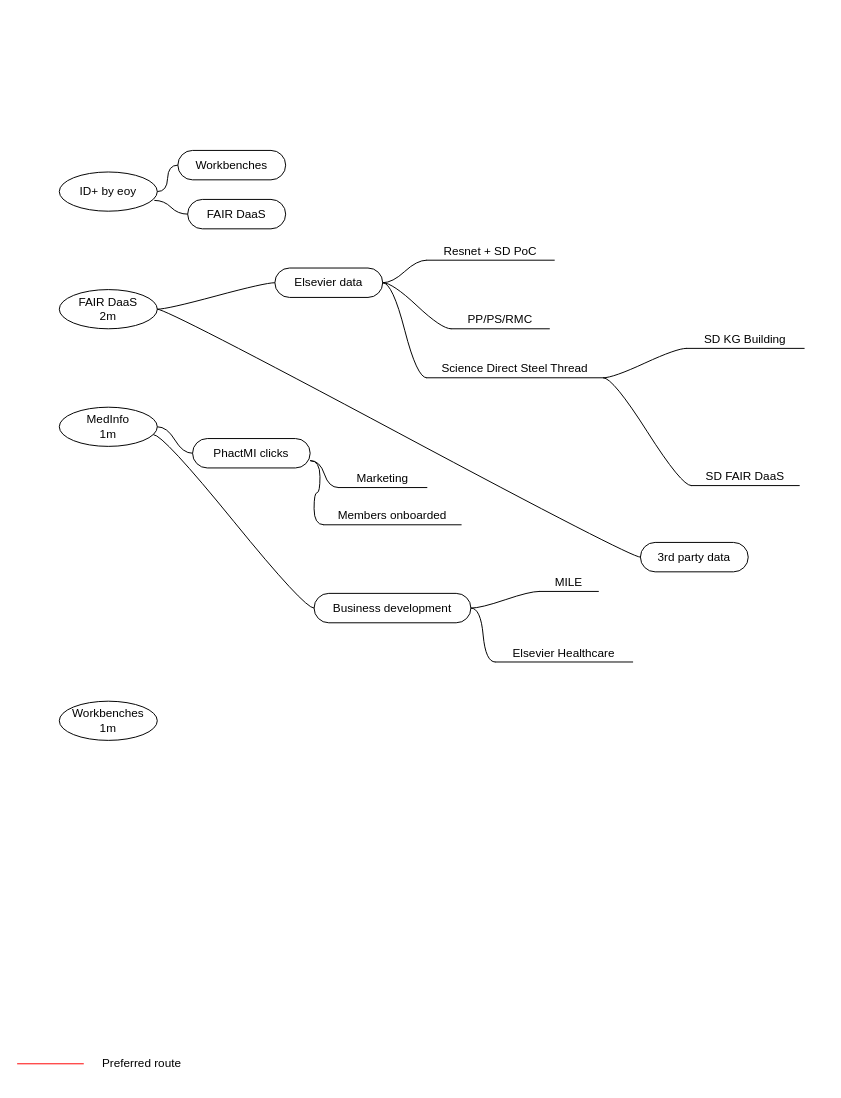
Earlier version of the draw.io diagram OKR.drawio (tim-elsevier/demos). Source tidied: cells renumbered, new cells numbered last; positions are measured from the earlier drawing's top-left corner, leaving out a move shared by most shapes. Both pictures are drawn from the tidied source at 98%, with x=0, y=0 at pixel (17, 150).
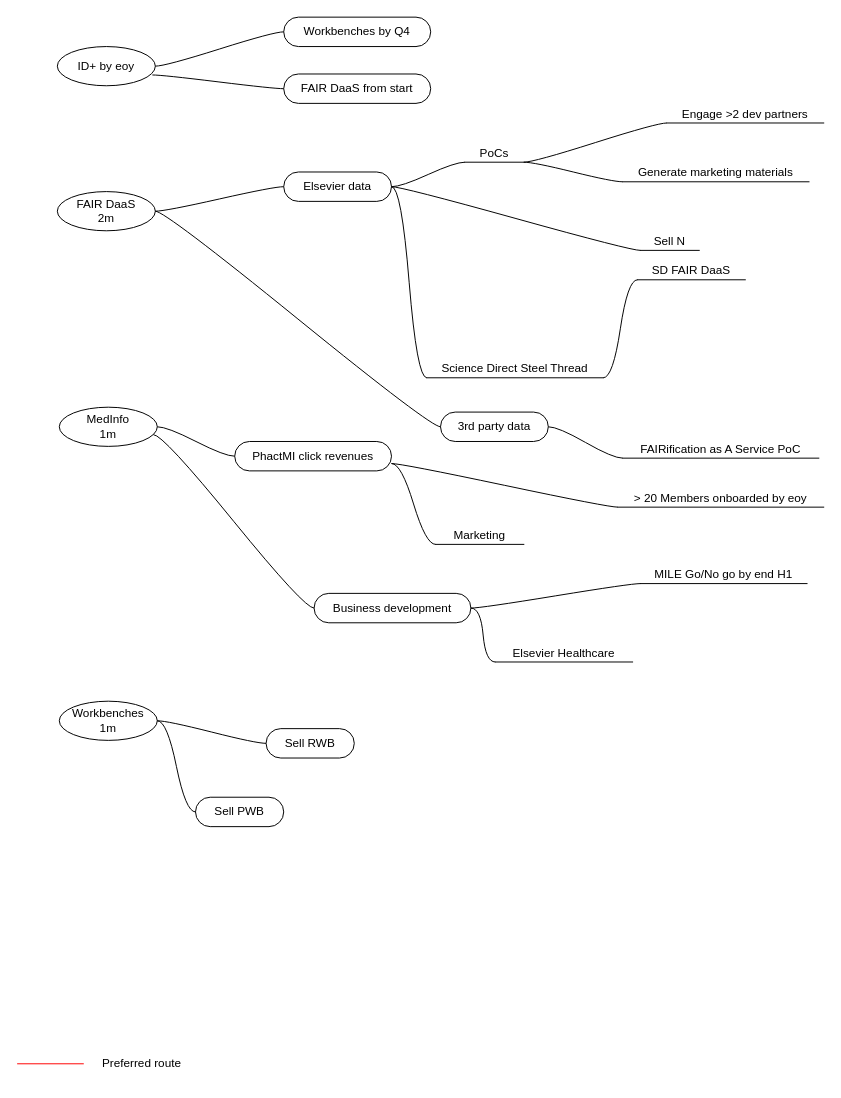
Above is the later version.

The change refers to these unchanged cells:
```xml
<mxCell id="7" value="Workbenches&lt;br&gt;1m" style="ellipse;whiteSpace=wrap;html=1;align=center;newEdgeStyle={&quot;edgeStyle&quot;:&quot;entityRelationEdgeStyle&quot;,&quot;startArrow&quot;:&quot;none&quot;,&quot;endArrow&quot;:&quot;none&quot;,&quot;segment&quot;:10,&quot;curved&quot;:1};" parent="1" vertex="1">
  <mxGeometry x="43" y="562" width="100" height="40" as="geometry" />
</mxCell>
<mxCell id="19" value="Science Direct Steel Thread" style="whiteSpace=wrap;html=1;shape=partialRectangle;top=0;left=0;bottom=1;right=0;points=[[0,1],[1,1]];fillColor=none;align=center;verticalAlign=bottom;routingCenterY=0.5;snapToPoint=1;newEdgeStyle={&quot;edgeStyle&quot;:&quot;entityRelationEdgeStyle&quot;,&quot;startArrow&quot;:&quot;none&quot;,&quot;endArrow&quot;:&quot;none&quot;,&quot;segment&quot;:10,&quot;curved&quot;:1};" parent="1" vertex="1">
  <mxGeometry x="418" y="212" width="180" height="20" as="geometry" />
</mxCell>
```

What changed in the source:
```diff
@@
     <mxCell id="4" value="ID+ by eoy" style="ellipse;whiteSpace=wrap;html=1;align=center;newEdgeStyle={&quot;edgeStyle&quot;:&quot;entityRelationEdgeStyle&quot;,&quot;startArrow&quot;:&quot;none&quot;,&quot;endArrow&quot;:&quot;none&quot;,&quot;segment&quot;:10,&quot;curved&quot;:1};" parent="1" vertex="1">
-      <mxGeometry x="43" y="22" width="100" height="40" as="geometry" />
+      <mxGeometry x="41" y="-106" width="100" height="40" as="geometry" />
     </mxCell>
     <mxCell id="5" value="FAIR DaaS&lt;br&gt;2m" style="ellipse;whiteSpace=wrap;html=1;align=center;newEdgeStyle={&quot;edgeStyle&quot;:&quot;entityRelationEdgeStyle&quot;,&quot;startArrow&quot;:&quot;none&quot;,&quot;endArrow&quot;:&quot;none&quot;,&quot;segment&quot;:10,&quot;curved&quot;:1};" parent="1" vertex="1">
-      <mxGeometry x="43" y="142" width="100" height="40" as="geometry" />
+      <mxGeometry x="41" y="42" width="100" height="40" as="geometry" />
     </mxCell>
@@
-    <mxCell id="9" value="Workbenches" style="whiteSpace=wrap;html=1;rounded=1;arcSize=50;align=center;verticalAlign=middle;strokeWidth=1;spacing=4;newEdgeStyle={&quot;edgeStyle&quot;:&quot;entityRelationEdgeStyle&quot;,&quot;startArrow&quot;:&quot;none&quot;,&quot;endArrow&quot;:&quot;none&quot;,&quot;segment&quot;:10,&quot;curved&quot;:1};" parent="1" vertex="1">
-      <mxGeometry x="164" width="110" height="30" as="geometry" />
+    <mxCell id="9" value="Workbenches by Q4" style="whiteSpace=wrap;html=1;rounded=1;arcSize=50;align=center;verticalAlign=middle;strokeWidth=1;spacing=4;newEdgeStyle={&quot;edgeStyle&quot;:&quot;entityRelationEdgeStyle&quot;,&quot;startArrow&quot;:&quot;none&quot;,&quot;endArrow&quot;:&quot;none&quot;,&quot;segment&quot;:10,&quot;curved&quot;:1};" parent="1" vertex="1">
+      <mxGeometry x="272" y="-136" width="150" height="30" as="geometry" />
     </mxCell>
     <mxCell id="10" style="edgeStyle=entityRelationEdgeStyle;startArrow=none;endArrow=none;segment=10;curved=1;" parent="1" edge="1" target="9">
       <mxGeometry relative="1" as="geometry">
-        <mxPoint x="143" y="42" as="sourcePoint" />
+        <mxPoint x="141" y="-86" as="sourcePoint" />
       </mxGeometry>
     </mxCell>
-    <mxCell id="11" value="FAIR DaaS" style="whiteSpace=wrap;html=1;rounded=1;arcSize=50;align=center;verticalAlign=middle;strokeWidth=1;spacing=4;newEdgeStyle={&quot;edgeStyle&quot;:&quot;entityRelationEdgeStyle&quot;,&quot;startArrow&quot;:&quot;none&quot;,&quot;endArrow&quot;:&quot;none&quot;,&quot;segment&quot;:10,&quot;curved&quot;:1};" parent="1" vertex="1">
-      <mxGeometry x="174" y="50" width="100" height="30" as="geometry" />
+    <mxCell id="11" value="FAIR DaaS from start" style="whiteSpace=wrap;html=1;rounded=1;arcSize=50;align=center;verticalAlign=middle;strokeWidth=1;spacing=4;newEdgeStyle={&quot;edgeStyle&quot;:&quot;entityRelationEdgeStyle&quot;,&quot;startArrow&quot;:&quot;none&quot;,&quot;endArrow&quot;:&quot;none&quot;,&quot;segment&quot;:10,&quot;curved&quot;:1};" parent="1" vertex="1">
+      <mxGeometry x="272" y="-78" width="150" height="30" as="geometry" />
     </mxCell>
@@
     <mxCell id="13" value="Elsevier data" style="whiteSpace=wrap;html=1;rounded=1;arcSize=50;align=center;verticalAlign=middle;strokeWidth=1;spacing=4;newEdgeStyle={&quot;edgeStyle&quot;:&quot;entityRelationEdgeStyle&quot;,&quot;startArrow&quot;:&quot;none&quot;,&quot;endArrow&quot;:&quot;none&quot;,&quot;segment&quot;:10,&quot;curved&quot;:1};" parent="1" vertex="1">
-      <mxGeometry x="263" y="120" width="110" height="30" as="geometry" />
+      <mxGeometry x="272" y="22" width="110" height="30" as="geometry" />
     </mxCell>
-    <mxCell id="14" style="edgeStyle=entityRelationEdgeStyle;startArrow=none;endArrow=none;segment=10;curved=1;entryX=0;entryY=0.5;entryDx=0;entryDy=0;" parent="1" edge="1" target="13">
-      <mxGeometry relative="1" as="geometry">
-        <mxPoint x="143" y="162" as="sourcePoint" />
-      </mxGeometry>
+    <mxCell id="14" style="edgeStyle=entityRelationEdgeStyle;startArrow=none;endArrow=none;segment=10;curved=1;entryX=0;entryY=0.5;entryDx=0;entryDy=0;exitX=1;exitY=0.5;exitDx=0;exitDy=0;" parent="1" edge="1" source="5" target="13">
+      <mxGeometry relative="1" as="geometry" />
     </mxCell>
-    <mxCell id="15" value="Resnet + SD PoC" style="whiteSpace=wrap;html=1;shape=partialRectangle;top=0;left=0;bottom=1;right=0;points=[[0,1],[1,1]];fillColor=none;align=center;verticalAlign=bottom;routingCenterY=0.5;snapToPoint=1;newEdgeStyle={&quot;edgeStyle&quot;:&quot;entityRelationEdgeStyle&quot;,&quot;startArrow&quot;:&quot;none&quot;,&quot;endArrow&quot;:&quot;none&quot;,&quot;segment&quot;:10,&quot;curved&quot;:1};" parent="1" vertex="1">
-      <mxGeometry x="418" y="92" width="130" height="20" as="geometry" />
+    <mxCell id="15" value="PoCs" style="whiteSpace=wrap;html=1;shape=partialRectangle;top=0;left=0;bottom=1;right=0;points=[[0,1],[1,1]];fillColor=none;align=center;verticalAlign=bottom;routingCenterY=0.5;snapToPoint=1;newEdgeStyle={&quot;edgeStyle&quot;:&quot;entityRelationEdgeStyle&quot;,&quot;startArrow&quot;:&quot;none&quot;,&quot;endArrow&quot;:&quot;none&quot;,&quot;segment&quot;:10,&quot;curved&quot;:1};" parent="1" vertex="1">
+      <mxGeometry x="457" y="-8" width="60" height="20" as="geometry" />
     </mxCell>
@@
-    <mxCell id="17" value="PP/PS/RMC" style="whiteSpace=wrap;html=1;shape=partialRectangle;top=0;left=0;bottom=1;right=0;points=[[0,1],[1,1]];fillColor=none;align=center;verticalAlign=bottom;routingCenterY=0.5;snapToPoint=1;newEdgeStyle={&quot;edgeStyle&quot;:&quot;entityRelationEdgeStyle&quot;,&quot;startArrow&quot;:&quot;none&quot;,&quot;endArrow&quot;:&quot;none&quot;,&quot;segment&quot;:10,&quot;curved&quot;:1};" parent="1" vertex="1">
-      <mxGeometry x="443" y="162" width="100" height="20" as="geometry" />
+    <mxCell id="17" value="Sell N" style="whiteSpace=wrap;html=1;shape=partialRectangle;top=0;left=0;bottom=1;right=0;points=[[0,1],[1,1]];fillColor=none;align=center;verticalAlign=bottom;routingCenterY=0.5;snapToPoint=1;newEdgeStyle={&quot;edgeStyle&quot;:&quot;entityRelationEdgeStyle&quot;,&quot;startArrow&quot;:&quot;none&quot;,&quot;endArrow&quot;:&quot;none&quot;,&quot;segment&quot;:10,&quot;curved&quot;:1};" parent="1" vertex="1">
+      <mxGeometry x="636" y="82" width="60" height="20" as="geometry" />
     </mxCell>
@@
     <mxCell id="21" value="SD FAIR DaaS" style="whiteSpace=wrap;html=1;shape=partialRectangle;top=0;left=0;bottom=1;right=0;points=[[0,1],[1,1]];fillColor=none;align=center;verticalAlign=bottom;routingCenterY=0.5;snapToPoint=1;newEdgeStyle={&quot;edgeStyle&quot;:&quot;entityRelationEdgeStyle&quot;,&quot;startArrow&quot;:&quot;none&quot;,&quot;endArrow&quot;:&quot;none&quot;,&quot;segment&quot;:10,&quot;curved&quot;:1};" parent="1" vertex="1">
-      <mxGeometry x="688" y="322" width="110" height="20" as="geometry" />
+      <mxGeometry x="633" y="112" width="110" height="20" as="geometry" />
     </mxCell>
@@
-    <mxCell id="23" value="SD KG Building" style="whiteSpace=wrap;html=1;shape=partialRectangle;top=0;left=0;bottom=1;right=0;points=[[0,1],[1,1]];fillColor=none;align=center;verticalAlign=bottom;routingCenterY=0.5;snapToPoint=1;newEdgeStyle={&quot;edgeStyle&quot;:&quot;entityRelationEdgeStyle&quot;,&quot;startArrow&quot;:&quot;none&quot;,&quot;endArrow&quot;:&quot;none&quot;,&quot;segment&quot;:10,&quot;curved&quot;:1};" parent="1" vertex="1">
-      <mxGeometry x="683" y="182" width="120" height="20" as="geometry" />
-    </mxCell>
-    <mxCell id="24" style="edgeStyle=entityRelationEdgeStyle;startArrow=none;endArrow=none;segment=10;curved=1;exitX=1;exitY=1;exitDx=0;exitDy=0;" parent="1" edge="1" source="19" target="23">
-      <mxGeometry relative="1" as="geometry" />
-    </mxCell>
     <mxCell id="25" value="3rd party data" style="whiteSpace=wrap;html=1;rounded=1;arcSize=50;align=center;verticalAlign=middle;strokeWidth=1;spacing=4;newEdgeStyle={&quot;edgeStyle&quot;:&quot;entityRelationEdgeStyle&quot;,&quot;startArrow&quot;:&quot;none&quot;,&quot;endArrow&quot;:&quot;none&quot;,&quot;segment&quot;:10,&quot;curved&quot;:1};" parent="1" vertex="1">
-      <mxGeometry x="636" y="400" width="110" height="30" as="geometry" />
+      <mxGeometry x="432" y="267" width="110" height="30" as="geometry" />
     </mxCell>
@@
-    <mxCell id="27" value="PhactMI clicks" style="whiteSpace=wrap;html=1;rounded=1;arcSize=50;align=center;verticalAlign=middle;strokeWidth=1;spacing=4;newEdgeStyle={&quot;edgeStyle&quot;:&quot;entityRelationEdgeStyle&quot;,&quot;startArrow&quot;:&quot;none&quot;,&quot;endArrow&quot;:&quot;none&quot;,&quot;segment&quot;:10,&quot;curved&quot;:1};" parent="1" vertex="1">
-      <mxGeometry x="179" y="294" width="120" height="30" as="geometry" />
+    <mxCell id="27" value="PhactMI click revenues" style="whiteSpace=wrap;html=1;rounded=1;arcSize=50;align=center;verticalAlign=middle;strokeWidth=1;spacing=4;newEdgeStyle={&quot;edgeStyle&quot;:&quot;entityRelationEdgeStyle&quot;,&quot;startArrow&quot;:&quot;none&quot;,&quot;endArrow&quot;:&quot;none&quot;,&quot;segment&quot;:10,&quot;curved&quot;:1};" parent="1" vertex="1">
+      <mxGeometry x="222" y="297" width="160" height="30" as="geometry" />
     </mxCell>
@@
-    <mxCell id="31" value="Members onboarded" style="whiteSpace=wrap;html=1;shape=partialRectangle;top=0;left=0;bottom=1;right=0;points=[[0,1],[1,1]];fillColor=none;align=center;verticalAlign=bottom;routingCenterY=0.5;snapToPoint=1;newEdgeStyle={&quot;edgeStyle&quot;:&quot;entityRelationEdgeStyle&quot;,&quot;startArrow&quot;:&quot;none&quot;,&quot;endArrow&quot;:&quot;none&quot;,&quot;segment&quot;:10,&quot;curved&quot;:1};" parent="1" vertex="1">
-      <mxGeometry x="313" y="362" width="140" height="20" as="geometry" />
+    <mxCell id="31" value="&amp;gt; 20 Members onboarded by eoy" style="whiteSpace=wrap;html=1;shape=partialRectangle;top=0;left=0;bottom=1;right=0;points=[[0,1],[1,1]];fillColor=none;align=center;verticalAlign=bottom;routingCenterY=0.5;snapToPoint=1;newEdgeStyle={&quot;edgeStyle&quot;:&quot;entityRelationEdgeStyle&quot;,&quot;startArrow&quot;:&quot;none&quot;,&quot;endArrow&quot;:&quot;none&quot;,&quot;segment&quot;:10,&quot;curved&quot;:1};" parent="1" vertex="1">
+      <mxGeometry x="613" y="344" width="210" height="20" as="geometry" />
     </mxCell>
@@
     <mxCell id="33" value="Marketing" style="whiteSpace=wrap;html=1;shape=partialRectangle;top=0;left=0;bottom=1;right=0;points=[[0,1],[1,1]];fillColor=none;align=center;verticalAlign=bottom;routingCenterY=0.5;snapToPoint=1;newEdgeStyle={&quot;edgeStyle&quot;:&quot;entityRelationEdgeStyle&quot;,&quot;startArrow&quot;:&quot;none&quot;,&quot;endArrow&quot;:&quot;none&quot;,&quot;segment&quot;:10,&quot;curved&quot;:1};" parent="1" vertex="1">
-      <mxGeometry x="328" y="324" width="90" height="20" as="geometry" />
+      <mxGeometry x="427" y="382" width="90" height="20" as="geometry" />
     </mxCell>
@@
-    <mxCell id="37" value="MILE" style="whiteSpace=wrap;html=1;shape=partialRectangle;top=0;left=0;bottom=1;right=0;points=[[0,1],[1,1]];fillColor=none;align=center;verticalAlign=bottom;routingCenterY=0.5;snapToPoint=1;newEdgeStyle={&quot;edgeStyle&quot;:&quot;entityRelationEdgeStyle&quot;,&quot;startArrow&quot;:&quot;none&quot;,&quot;endArrow&quot;:&quot;none&quot;,&quot;segment&quot;:10,&quot;curved&quot;:1};" parent="1" vertex="1">
-      <mxGeometry x="533" y="430" width="60" height="20" as="geometry" />
+    <mxCell id="37" value="MILE Go/No go by end H1" style="whiteSpace=wrap;html=1;shape=partialRectangle;top=0;left=0;bottom=1;right=0;points=[[0,1],[1,1]];fillColor=none;align=center;verticalAlign=bottom;routingCenterY=0.5;snapToPoint=1;newEdgeStyle={&quot;edgeStyle&quot;:&quot;entityRelationEdgeStyle&quot;,&quot;startArrow&quot;:&quot;none&quot;,&quot;endArrow&quot;:&quot;none&quot;,&quot;segment&quot;:10,&quot;curved&quot;:1};" parent="1" vertex="1">
+      <mxGeometry x="636" y="422" width="170" height="20" as="geometry" />
     </mxCell>
@@
+    <mxCell id="39" value="Sell RWB" style="whiteSpace=wrap;html=1;rounded=1;arcSize=50;align=center;verticalAlign=middle;strokeWidth=1;spacing=4;newEdgeStyle={&quot;edgeStyle&quot;:&quot;entityRelationEdgeStyle&quot;,&quot;startArrow&quot;:&quot;none&quot;,&quot;endArrow&quot;:&quot;none&quot;,&quot;segment&quot;:10,&quot;curved&quot;:1};" parent="1" vertex="1">
+      <mxGeometry x="254" y="590" width="90" height="30" as="geometry" />
+    </mxCell>
+    <mxCell id="40" style="edgeStyle=entityRelationEdgeStyle;startArrow=none;endArrow=none;segment=10;curved=1;exitX=1;exitY=0.5;exitDx=0;exitDy=0;" parent="1" edge="1" source="7" target="39">
+      <mxGeometry relative="1" as="geometry" />
+    </mxCell>
+    <mxCell id="41" value="Sell PWB" style="whiteSpace=wrap;html=1;rounded=1;arcSize=50;align=center;verticalAlign=middle;strokeWidth=1;spacing=4;newEdgeStyle={&quot;edgeStyle&quot;:&quot;entityRelationEdgeStyle&quot;,&quot;startArrow&quot;:&quot;none&quot;,&quot;endArrow&quot;:&quot;none&quot;,&quot;segment&quot;:10,&quot;curved&quot;:1};" parent="1" vertex="1">
+      <mxGeometry x="182" y="660" width="90" height="30" as="geometry" />
+    </mxCell>
+    <mxCell id="42" style="edgeStyle=entityRelationEdgeStyle;startArrow=none;endArrow=none;segment=10;curved=1;" parent="1" edge="1" target="41">
+      <mxGeometry relative="1" as="geometry">
+        <mxPoint x="143" y="582" as="sourcePoint" />
+      </mxGeometry>
+    </mxCell>
+    <mxCell id="43" value="Engage &amp;gt;2 dev partners" style="whiteSpace=wrap;html=1;shape=partialRectangle;top=0;left=0;bottom=1;right=0;points=[[0,1],[1,1]];fillColor=none;align=center;verticalAlign=bottom;routingCenterY=0.5;snapToPoint=1;newEdgeStyle={&quot;edgeStyle&quot;:&quot;entityRelationEdgeStyle&quot;,&quot;startArrow&quot;:&quot;none&quot;,&quot;endArrow&quot;:&quot;none&quot;,&quot;segment&quot;:10,&quot;curved&quot;:1};" parent="1" vertex="1">
+      <mxGeometry x="663" y="-48" width="160" height="20" as="geometry" />
+    </mxCell>
+    <mxCell id="44" style="edgeStyle=entityRelationEdgeStyle;startArrow=none;endArrow=none;segment=10;curved=1;exitX=1;exitY=1;exitDx=0;exitDy=0;" parent="1" edge="1" source="15" target="43">
+      <mxGeometry relative="1" as="geometry" />
+    </mxCell>
+    <mxCell id="45" value="Generate marketing materials" style="whiteSpace=wrap;html=1;shape=partialRectangle;top=0;left=0;bottom=1;right=0;points=[[0,1],[1,1]];fillColor=none;align=center;verticalAlign=bottom;routingCenterY=0.5;snapToPoint=1;newEdgeStyle={&quot;edgeStyle&quot;:&quot;entityRelationEdgeStyle&quot;,&quot;startArrow&quot;:&quot;none&quot;,&quot;endArrow&quot;:&quot;none&quot;,&quot;segment&quot;:10,&quot;curved&quot;:1};" parent="1" vertex="1">
+      <mxGeometry x="618" y="12" width="190" height="20" as="geometry" />
+    </mxCell>
+    <mxCell id="46" style="edgeStyle=entityRelationEdgeStyle;startArrow=none;endArrow=none;segment=10;curved=1;exitX=1;exitY=1;exitDx=0;exitDy=0;" parent="1" edge="1" source="15" target="45">
+      <mxGeometry relative="1" as="geometry" />
+    </mxCell>
+    <mxCell id="47" value="FAIRification as A Service PoC" style="whiteSpace=wrap;html=1;shape=partialRectangle;top=0;left=0;bottom=1;right=0;points=[[0,1],[1,1]];fillColor=none;align=center;verticalAlign=bottom;routingCenterY=0.5;snapToPoint=1;newEdgeStyle={&quot;edgeStyle&quot;:&quot;entityRelationEdgeStyle&quot;,&quot;startArrow&quot;:&quot;none&quot;,&quot;endArrow&quot;:&quot;none&quot;,&quot;segment&quot;:10,&quot;curved&quot;:1};" parent="1" vertex="1">
+      <mxGeometry x="618" y="294" width="200" height="20" as="geometry" />
+    </mxCell>
+    <mxCell id="48" style="edgeStyle=entityRelationEdgeStyle;startArrow=none;endArrow=none;segment=10;curved=1;exitX=1;exitY=0.5;exitDx=0;exitDy=0;" parent="1" edge="1" source="25" target="47">
+      <mxGeometry relative="1" as="geometry" />
+    </mxCell>
```
